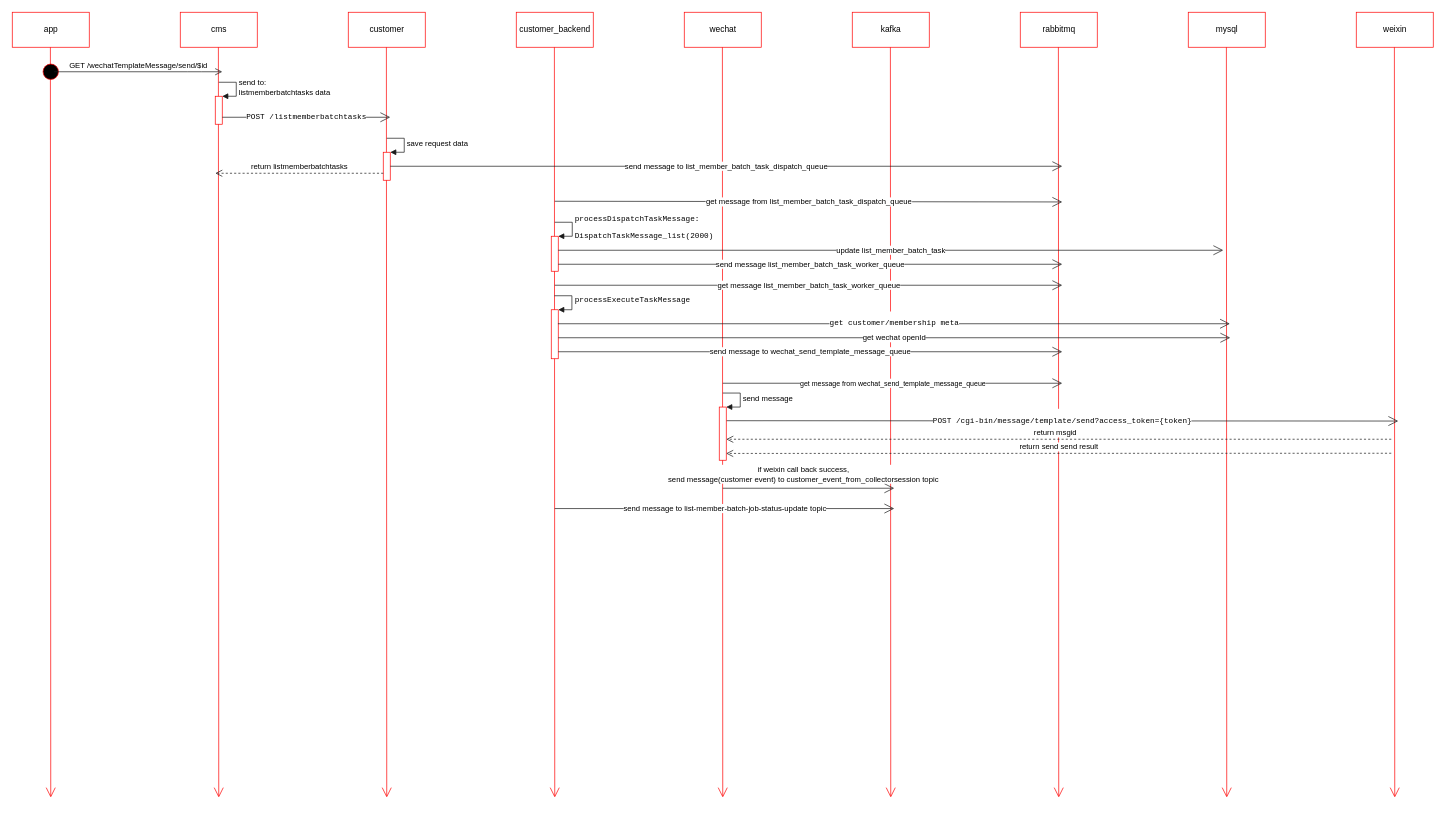
The draw.io diagram Untitled Diagram.drawio in zqy16/Test, before the edit. Source tidied: cells renumbered, new cells numbered last; positions are measured from the earlier drawing's top-left corner, leaving out a move shared by most shapes. Both pictures are drawn from the tidied source at 70%, with x=0, y=0 at pixel (12, 12).
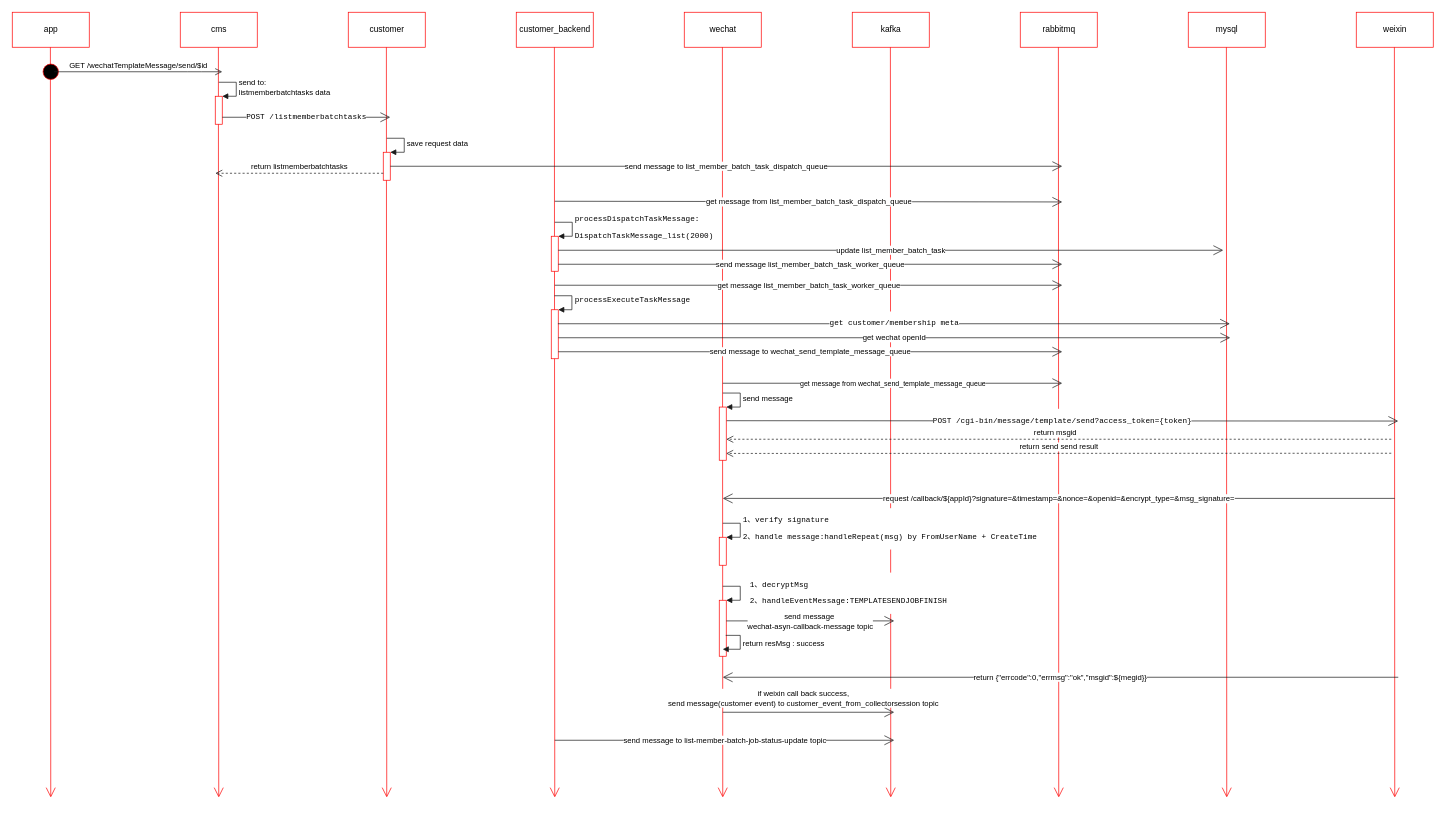
The same page after the edit.

The edit, as a diff of the source:
```diff
@@
     <mxCell id="46" value="if weixin call back success,&lt;br&gt;send message(customer event) to&amp;nbsp;&lt;span&gt;customer_event_from_collectorsession topic&lt;/span&gt;" style="endArrow=open;endFill=1;endSize=12;html=1;strokeColor=#1A1A1A;" parent="1" edge="1">
       <mxGeometry x="-0.06" y="20" relative="1" as="geometry">
-        <mxPoint x="1015" y="680" as="sourcePoint" />
-        <mxPoint x="1260" y="680" as="targetPoint" />
+        <mxPoint x="1015" y="1000" as="sourcePoint" />
+        <mxPoint x="1260" y="1000" as="targetPoint" />
       </mxGeometry>
     </mxCell>
     <mxCell id="47" value="send message to&amp;nbsp;&lt;span&gt;list-member-batch-job-status-update topic&lt;/span&gt;" style="endArrow=open;endFill=1;endSize=12;html=1;strokeColor=#1A1A1A;" parent="1" edge="1">
       <mxGeometry relative="1" as="geometry">
-        <mxPoint x="775" y="709" as="sourcePoint" />
-        <mxPoint x="1260" y="709" as="targetPoint" />
+        <mxPoint x="775" y="1040" as="sourcePoint" />
+        <mxPoint x="1260" y="1040" as="targetPoint" />
       </mxGeometry>
     </mxCell>
+    <mxCell id="48" value="&lt;span&gt;request /callback/${appId}?&lt;/span&gt;&lt;span&gt;signature=&amp;amp;timestamp=&amp;amp;nonce=&amp;amp;openid=&amp;amp;encrypt_type=&amp;amp;msg_signature=&lt;/span&gt;" style="endArrow=open;endFill=1;endSize=12;html=1;strokeColor=#1A1A1A;" parent="1" edge="1">
+      <mxGeometry relative="1" as="geometry">
+        <mxPoint x="1975" y="694.5" as="sourcePoint" />
+        <mxPoint x="1015" y="694.5" as="targetPoint" />
+      </mxGeometry>
+    </mxCell>
+    <mxCell id="49" value="return&amp;nbsp;&lt;span&gt;{&quot;errcode&quot;:0,&quot;errmsg&quot;:&quot;ok&quot;,&quot;msgid&quot;:${megid}}&lt;/span&gt;" style="endArrow=open;endFill=1;endSize=12;html=1;strokeColor=#1A1A1A;" parent="1" edge="1">
+      <mxGeometry relative="1" as="geometry">
+        <mxPoint x="1980" y="950" as="sourcePoint" />
+        <mxPoint x="1015" y="950" as="targetPoint" />
+      </mxGeometry>
+    </mxCell>
+    <mxCell id="50" style="html=1;points=[];perimeter=orthogonalPerimeter;strokeColor=#FF0000;" parent="1" vertex="1">
+      <mxGeometry x="1010" y="750" width="10" height="40" as="geometry" />
+    </mxCell>
+    <mxCell id="51" value="&lt;pre&gt;1、verify signature&lt;/pre&gt;&lt;pre&gt;2、handle message:handleRepeat(msg) by FromUserName + CreateTime&lt;/pre&gt;" style="edgeStyle=orthogonalEdgeStyle;html=1;align=left;spacingLeft=2;endArrow=block;rounded=0;entryX=1;entryY=0;strokeColor=#1A1A1A;" parent="1" edge="1" target="50">
+      <mxGeometry relative="1" as="geometry">
+        <mxPoint x="1015" y="730" as="sourcePoint" />
+        <Array as="points">
+          <mxPoint x="1040" y="730" />
+        </Array>
+      </mxGeometry>
+    </mxCell>
+    <mxCell id="52" style="html=1;points=[];perimeter=orthogonalPerimeter;strokeColor=#FF0000;" parent="1" vertex="1">
+      <mxGeometry x="1010" y="840" width="10" height="80" as="geometry" />
+    </mxCell>
+    <mxCell id="53" value="&lt;pre&gt;1、decryptMsg&lt;/pre&gt;&lt;pre&gt;2、handleEventMessage:TEMPLATESENDJOBFINISH&lt;br&gt;&lt;/pre&gt;" style="edgeStyle=orthogonalEdgeStyle;html=1;align=left;spacingLeft=2;endArrow=block;rounded=0;entryX=1;entryY=0;strokeColor=#1A1A1A;" parent="1" edge="1" target="52">
+      <mxGeometry x="0.38" y="-14" relative="1" as="geometry">
+        <mxPoint x="1015" y="820" as="sourcePoint" />
+        <Array as="points">
+          <mxPoint x="1040" y="820" />
+        </Array>
+        <mxPoint x="10" y="4" as="offset" />
+      </mxGeometry>
+    </mxCell>
+    <mxCell id="54" value="send message&amp;nbsp;&lt;br&gt;&lt;span&gt;wechat-asyn-callback-message topic&lt;/span&gt;" style="endArrow=open;endFill=1;endSize=12;html=1;strokeColor=#1A1A1A;" parent="1" edge="1">
+      <mxGeometry relative="1" as="geometry">
+        <mxPoint x="1020" y="869.5" as="sourcePoint" />
+        <mxPoint x="1260" y="869.5" as="targetPoint" />
+      </mxGeometry>
+    </mxCell>
+    <mxCell id="55" value="return&amp;nbsp;&lt;span&gt;resMsg : success&lt;/span&gt;" style="edgeStyle=orthogonalEdgeStyle;html=1;align=left;spacingLeft=2;endArrow=block;rounded=0;strokeColor=#1A1A1A;exitX=0.924;exitY=0.627;exitDx=0;exitDy=0;exitPerimeter=0;" parent="1" edge="1" source="52">
+      <mxGeometry relative="1" as="geometry">
+        <mxPoint x="1015" y="910" as="targetPoint" />
+        <Array as="points">
+          <mxPoint x="1040" y="890" />
+          <mxPoint x="1040" y="910" />
+        </Array>
+      </mxGeometry>
+    </mxCell>
```
